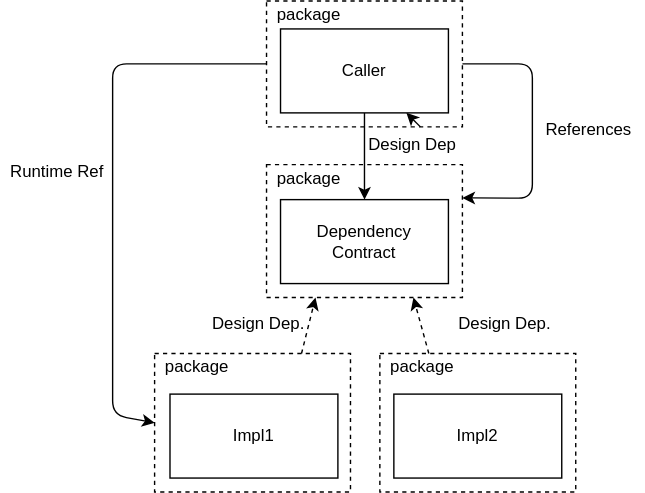
farlee2121/DevEssentialsBlog keeps this draw.io diagram as static/post-media/Why-callers-own-abstractions/abstractions-assembly.drawio.svg. Above is the earlier version. Source tidied: cells renumbered, new cells last; positions are measured from the earlier drawing's top-left corner, leaving out a move shared by most shapes. Its diagram source:
```xml
<mxGraphModel>
  <root>
    <mxCell id="0" />
    <mxCell id="1" parent="0" />
    <mxCell id="2" style="whiteSpace=wrap;html=1;fillColor=none;dashed=1;" parent="1" vertex="1">
      <mxGeometry x="190" y="117" width="140" height="95" as="geometry" />
    </mxCell>
    <mxCell id="3" value="package&amp;nbsp;" style="text;html=1;align=center;verticalAlign=middle;strokeColor=none;fillColor=none;" parent="1" vertex="1">
      <mxGeometry x="190" y="117" width="60" height="20" as="geometry" />
    </mxCell>
    <mxCell id="4" style="edgeStyle=none;html=1;exitX=1;exitY=0.5;exitDx=0;exitDy=0;entryX=1;entryY=0.25;entryDx=0;entryDy=0;" parent="1" edge="1" source="6" target="2">
      <mxGeometry relative="1" as="geometry">
        <Array as="points">
          <mxPoint x="380" y="45" />
          <mxPoint x="380" y="141" />
        </Array>
      </mxGeometry>
    </mxCell>
    <mxCell id="5" style="edgeStyle=none;html=1;exitX=0;exitY=0.5;exitDx=0;exitDy=0;entryX=0;entryY=0.5;entryDx=0;entryDy=0;" parent="1" edge="1" source="6" target="17">
      <mxGeometry relative="1" as="geometry">
        <Array as="points">
          <mxPoint x="80" y="45" />
          <mxPoint x="80" y="296" />
        </Array>
      </mxGeometry>
    </mxCell>
    <mxCell id="6" style="whiteSpace=wrap;html=1;fillColor=none;dashed=1;" parent="1" vertex="1">
      <mxGeometry x="190" width="140" height="90" as="geometry" />
    </mxCell>
    <mxCell id="7" value="Dependency&lt;br&gt;Contract" style="whiteSpace=wrap;html=1;" parent="1" vertex="1">
      <mxGeometry x="200" y="142" width="120" height="60" as="geometry" />
    </mxCell>
    <mxCell id="8" style="edgeStyle=none;html=1;exitX=0.5;exitY=1;exitDx=0;exitDy=0;" parent="1" edge="1" source="9" target="7">
      <mxGeometry relative="1" as="geometry" />
    </mxCell>
    <mxCell id="9" value="Caller" style="whiteSpace=wrap;html=1;" parent="1" vertex="1">
      <mxGeometry x="200" y="20" width="120" height="60" as="geometry" />
    </mxCell>
    <mxCell id="10" style="edgeStyle=none;html=1;" parent="1" edge="1" target="9">
      <mxGeometry relative="1" as="geometry">
        <mxPoint x="300" y="90" as="sourcePoint" />
      </mxGeometry>
    </mxCell>
    <mxCell id="11" value="Design Dep" style="text;html=1;align=center;verticalAlign=middle;strokeColor=none;fillColor=none;" parent="1" vertex="1">
      <mxGeometry x="254" y="93" width="80" height="20" as="geometry" />
    </mxCell>
    <mxCell id="12" style="edgeStyle=none;html=1;exitX=0.75;exitY=0;exitDx=0;exitDy=0;entryX=0.25;entryY=1;entryDx=0;entryDy=0;dashed=1;" parent="1" edge="1" source="17" target="2">
      <mxGeometry relative="1" as="geometry" />
    </mxCell>
    <mxCell id="13" value="Impl1" style="whiteSpace=wrap;html=1;" parent="1" vertex="1">
      <mxGeometry x="121" y="281" width="120" height="60" as="geometry" />
    </mxCell>
    <mxCell id="14" style="edgeStyle=none;html=1;exitX=0.25;exitY=0;exitDx=0;exitDy=0;dashed=1;entryX=0.75;entryY=1;entryDx=0;entryDy=0;" parent="1" edge="1" source="22" target="2">
      <mxGeometry relative="1" as="geometry" />
    </mxCell>
    <mxCell id="15" value="Impl2" style="whiteSpace=wrap;html=1;" parent="1" vertex="1">
      <mxGeometry x="281" y="281" width="120" height="60" as="geometry" />
    </mxCell>
    <mxCell id="16" value="package&amp;nbsp;" style="text;html=1;align=center;verticalAlign=middle;strokeColor=none;fillColor=none;" parent="1" vertex="1">
      <mxGeometry x="190" width="60" height="20" as="geometry" />
    </mxCell>
    <mxCell id="17" style="whiteSpace=wrap;html=1;fillColor=none;dashed=1;" parent="1" vertex="1">
      <mxGeometry x="110" y="252" width="140" height="99" as="geometry" />
    </mxCell>
    <mxCell id="18" value="package&amp;nbsp;" style="text;html=1;align=center;verticalAlign=middle;strokeColor=none;fillColor=none;" parent="1" vertex="1">
      <mxGeometry x="110" y="252" width="60" height="20" as="geometry" />
    </mxCell>
    <mxCell id="19" value="Design Dep." style="text;html=1;align=center;verticalAlign=middle;strokeColor=none;fillColor=none;" parent="1" vertex="1">
      <mxGeometry x="144" y="221" width="80" height="20" as="geometry" />
    </mxCell>
    <mxCell id="20" value="References" style="text;html=1;align=center;verticalAlign=middle;strokeColor=none;fillColor=none;" parent="1" vertex="1">
      <mxGeometry x="380" y="82" width="80" height="20" as="geometry" />
    </mxCell>
    <mxCell id="21" value="Runtime Ref" style="text;html=1;align=center;verticalAlign=middle;strokeColor=none;fillColor=none;" parent="1" vertex="1">
      <mxGeometry y="112" width="80" height="20" as="geometry" />
    </mxCell>
    <mxCell id="22" style="whiteSpace=wrap;html=1;fillColor=none;dashed=1;" parent="1" vertex="1">
      <mxGeometry x="271" y="252" width="140" height="99" as="geometry" />
    </mxCell>
    <mxCell id="23" value="package&amp;nbsp;" style="text;html=1;align=center;verticalAlign=middle;strokeColor=none;fillColor=none;" parent="1" vertex="1">
      <mxGeometry x="271" y="252" width="60" height="20" as="geometry" />
    </mxCell>
    <mxCell id="24" value="Design Dep." style="text;html=1;align=center;verticalAlign=middle;strokeColor=none;fillColor=none;" parent="1" vertex="1">
      <mxGeometry x="320" y="221" width="80" height="20" as="geometry" />
    </mxCell>
  </root>
</mxGraphModel>
```
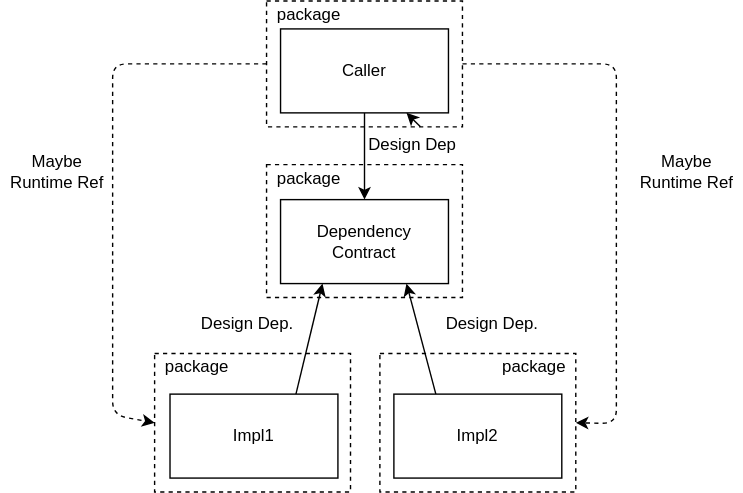
After the change.

Diff of the diagram source:
```diff
@@ -2,21 +2,19 @@
   <root>
     <mxCell id="0" />
     <mxCell id="1" parent="0" />
+    <mxCell id="17" style="whiteSpace=wrap;html=1;fillColor=none;dashed=1;" parent="1" vertex="1">
+      <mxGeometry x="110" y="252" width="140" height="99" as="geometry" />
+    </mxCell>
+    <mxCell id="22" style="whiteSpace=wrap;html=1;fillColor=none;dashed=1;" parent="1" vertex="1">
+      <mxGeometry x="271" y="252" width="140" height="99" as="geometry" />
+    </mxCell>
     <mxCell id="2" style="whiteSpace=wrap;html=1;fillColor=none;dashed=1;" parent="1" vertex="1">
       <mxGeometry x="190" y="117" width="140" height="95" as="geometry" />
     </mxCell>
     <mxCell id="3" value="package&amp;nbsp;" style="text;html=1;align=center;verticalAlign=middle;strokeColor=none;fillColor=none;" parent="1" vertex="1">
       <mxGeometry x="190" y="117" width="60" height="20" as="geometry" />
     </mxCell>
-    <mxCell id="4" style="edgeStyle=none;html=1;exitX=1;exitY=0.5;exitDx=0;exitDy=0;entryX=1;entryY=0.25;entryDx=0;entryDy=0;" parent="1" edge="1" source="6" target="2">
-      <mxGeometry relative="1" as="geometry">
-        <Array as="points">
-          <mxPoint x="380" y="45" />
-          <mxPoint x="380" y="141" />
-        </Array>
-      </mxGeometry>
-    </mxCell>
-    <mxCell id="5" style="edgeStyle=none;html=1;exitX=0;exitY=0.5;exitDx=0;exitDy=0;entryX=0;entryY=0.5;entryDx=0;entryDy=0;" parent="1" edge="1" source="6" target="17">
+    <mxCell id="5" style="edgeStyle=none;html=1;exitX=0;exitY=0.5;exitDx=0;exitDy=0;entryX=0;entryY=0.5;entryDx=0;entryDy=0;dashed=1;" parent="1" edge="1" source="6" target="17">
       <mxGeometry relative="1" as="geometry">
         <Array as="points">
           <mxPoint x="80" y="45" />
@@ -24,6 +22,14 @@
         </Array>
       </mxGeometry>
     </mxCell>
+    <mxCell id="25" style="edgeStyle=none;html=1;exitX=1;exitY=0.5;exitDx=0;exitDy=0;entryX=1;entryY=0.5;entryDx=0;entryDy=0;dashed=1;" parent="1" edge="1" source="6" target="22">
+      <mxGeometry relative="1" as="geometry">
+        <Array as="points">
+          <mxPoint x="440" y="45" />
+          <mxPoint x="440" y="302" />
+        </Array>
+      </mxGeometry>
+    </mxCell>
     <mxCell id="6" style="whiteSpace=wrap;html=1;fillColor=none;dashed=1;" parent="1" vertex="1">
       <mxGeometry x="190" width="140" height="90" as="geometry" />
     </mxCell>
@@ -44,13 +50,13 @@
     <mxCell id="11" value="Design Dep" style="text;html=1;align=center;verticalAlign=middle;strokeColor=none;fillColor=none;" parent="1" vertex="1">
       <mxGeometry x="254" y="93" width="80" height="20" as="geometry" />
     </mxCell>
-    <mxCell id="12" style="edgeStyle=none;html=1;exitX=0.75;exitY=0;exitDx=0;exitDy=0;entryX=0.25;entryY=1;entryDx=0;entryDy=0;dashed=1;" parent="1" edge="1" source="17" target="2">
+    <mxCell id="12" style="edgeStyle=none;html=1;exitX=0.75;exitY=0;exitDx=0;exitDy=0;entryX=0.25;entryY=1;entryDx=0;entryDy=0;" parent="1" edge="1" source="13" target="7">
       <mxGeometry relative="1" as="geometry" />
     </mxCell>
     <mxCell id="13" value="Impl1" style="whiteSpace=wrap;html=1;" parent="1" vertex="1">
       <mxGeometry x="121" y="281" width="120" height="60" as="geometry" />
     </mxCell>
-    <mxCell id="14" style="edgeStyle=none;html=1;exitX=0.25;exitY=0;exitDx=0;exitDy=0;dashed=1;entryX=0.75;entryY=1;entryDx=0;entryDy=0;" parent="1" edge="1" source="22" target="2">
+    <mxCell id="14" style="edgeStyle=none;html=1;entryX=0.75;entryY=1;entryDx=0;entryDy=0;exitX=0.25;exitY=0;exitDx=0;exitDy=0;" parent="1" edge="1" source="15" target="7">
       <mxGeometry relative="1" as="geometry" />
     </mxCell>
     <mxCell id="15" value="Impl2" style="whiteSpace=wrap;html=1;" parent="1" vertex="1">
@@ -59,29 +65,23 @@
     <mxCell id="16" value="package&amp;nbsp;" style="text;html=1;align=center;verticalAlign=middle;strokeColor=none;fillColor=none;" parent="1" vertex="1">
       <mxGeometry x="190" width="60" height="20" as="geometry" />
     </mxCell>
-    <mxCell id="17" style="whiteSpace=wrap;html=1;fillColor=none;dashed=1;" parent="1" vertex="1">
-      <mxGeometry x="110" y="252" width="140" height="99" as="geometry" />
-    </mxCell>
     <mxCell id="18" value="package&amp;nbsp;" style="text;html=1;align=center;verticalAlign=middle;strokeColor=none;fillColor=none;" parent="1" vertex="1">
       <mxGeometry x="110" y="252" width="60" height="20" as="geometry" />
     </mxCell>
     <mxCell id="19" value="Design Dep." style="text;html=1;align=center;verticalAlign=middle;strokeColor=none;fillColor=none;" parent="1" vertex="1">
-      <mxGeometry x="144" y="221" width="80" height="20" as="geometry" />
+      <mxGeometry x="136" y="221" width="80" height="20" as="geometry" />
     </mxCell>
-    <mxCell id="20" value="References" style="text;html=1;align=center;verticalAlign=middle;strokeColor=none;fillColor=none;" parent="1" vertex="1">
-      <mxGeometry x="380" y="82" width="80" height="20" as="geometry" />
-    </mxCell>
-    <mxCell id="21" value="Runtime Ref" style="text;html=1;align=center;verticalAlign=middle;strokeColor=none;fillColor=none;" parent="1" vertex="1">
-      <mxGeometry y="112" width="80" height="20" as="geometry" />
+    <mxCell id="21" value="Maybe&lt;br&gt;Runtime Ref" style="text;html=1;align=center;verticalAlign=middle;strokeColor=none;fillColor=none;" parent="1" vertex="1">
+      <mxGeometry y="107" width="80" height="30" as="geometry" />
     </mxCell>
-    <mxCell id="22" style="whiteSpace=wrap;html=1;fillColor=none;dashed=1;" parent="1" vertex="1">
-      <mxGeometry x="271" y="252" width="140" height="99" as="geometry" />
-    </mxCell>
     <mxCell id="23" value="package&amp;nbsp;" style="text;html=1;align=center;verticalAlign=middle;strokeColor=none;fillColor=none;" parent="1" vertex="1">
-      <mxGeometry x="271" y="252" width="60" height="20" as="geometry" />
+      <mxGeometry x="351" y="252" width="60" height="20" as="geometry" />
     </mxCell>
     <mxCell id="24" value="Design Dep." style="text;html=1;align=center;verticalAlign=middle;strokeColor=none;fillColor=none;" parent="1" vertex="1">
-      <mxGeometry x="320" y="221" width="80" height="20" as="geometry" />
+      <mxGeometry x="311" y="221" width="80" height="20" as="geometry" />
     </mxCell>
+    <mxCell id="26" value="Maybe&lt;br&gt;Runtime Ref" style="text;html=1;align=center;verticalAlign=middle;strokeColor=none;fillColor=none;" parent="1" vertex="1">
+      <mxGeometry x="450" y="107" width="80" height="30" as="geometry" />
+    </mxCell>
   </root>
 </mxGraphModel>
```
